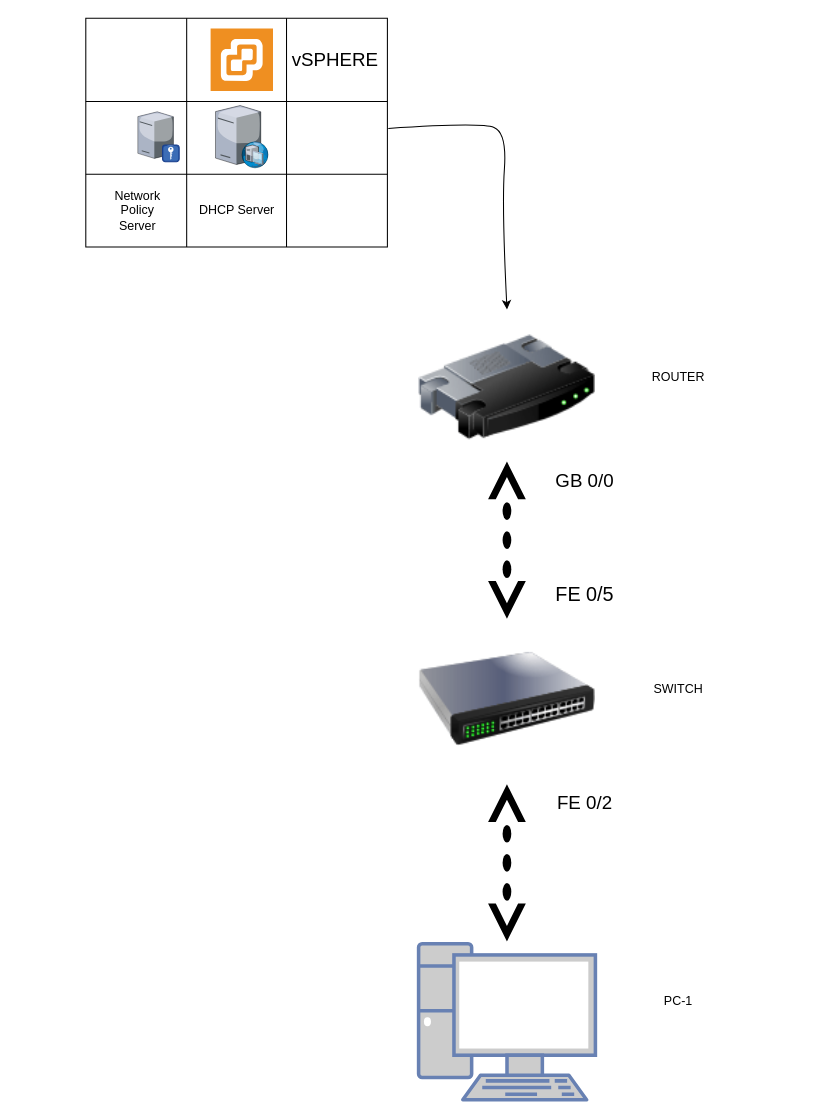
Earlier version of the draw.io diagram Documenting Enterprise Network.drawio (ethanconbolt01/main). Source tidied: cells renumbered, new cells numbered last; positions are measured from the earlier drawing's top-left corner, leaving out a move shared by most shapes. Both pictures are drawn from the tidied source at 104%, with x=0, y=0 at pixel (85, 18).
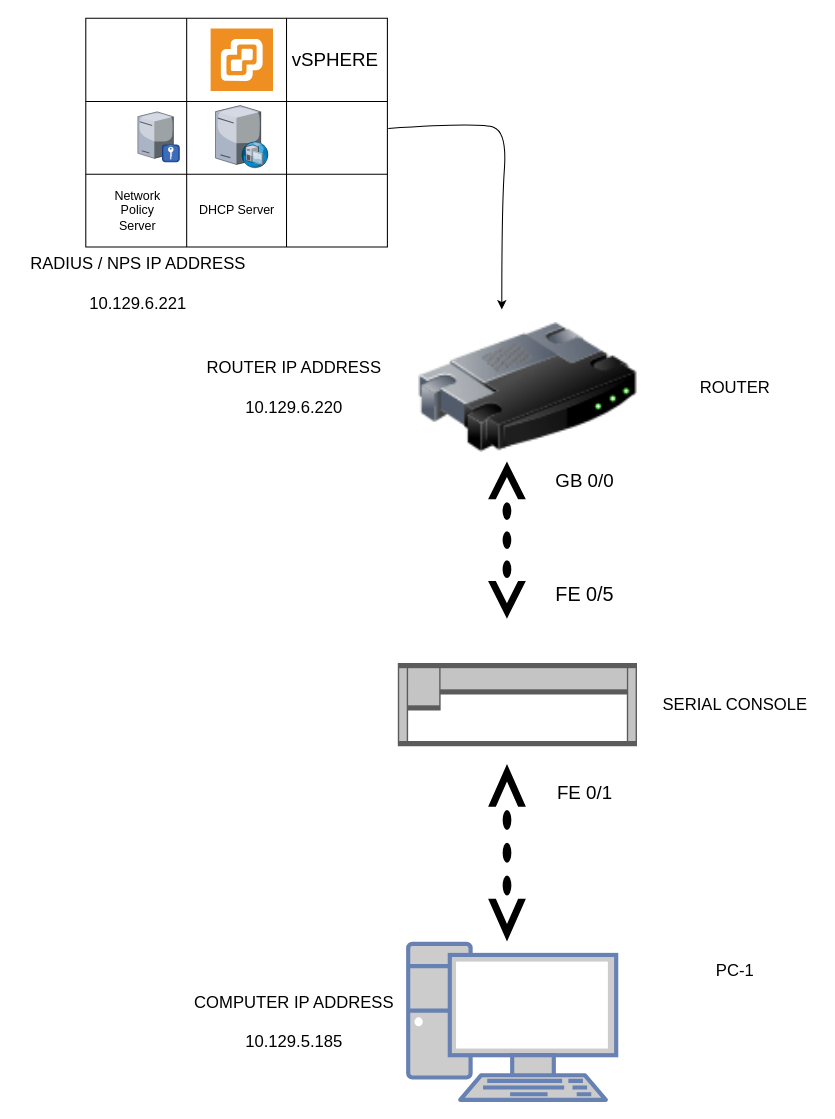
The same diagram, later.

The change refers to these unchanged cells:
```xml
<mxCell id="17" style="shape=tableRow;horizontal=0;startSize=0;swimlaneHead=0;swimlaneBody=0;strokeColor=inherit;top=0;left=0;bottom=0;right=0;fillColor=none;points=[[0,0.5],[1,0.5]];portConstraint=eastwest;fontSize=16;" parent="12" vertex="1">
  <mxGeometry y="80" width="290" height="70" as="geometry" />
</mxCell>
```

What changed in the source:
```diff
@@
     <mxCell id="2" style="image;html=1;image=img/lib/clip_art/networking/Router_128x128.png;" parent="1" vertex="1">
-      <mxGeometry x="320" y="280" width="170" height="150" as="geometry" />
+      <mxGeometry x="320" y="280" width="210" height="150" as="geometry" />
     </mxCell>
     <mxCell id="3" style="shape=mxgraph.signs.tech.ethernet;html=1;fillColor=#000000;strokeColor=none;verticalLabelPosition=bottom;verticalAlign=top;align=center;rotation=90;" parent="1" vertex="1">
-      <mxGeometry x="329.4" y="794" width="151.1" height="36.3" as="geometry" />
+      <mxGeometry x="319.7" y="784.3" width="170.6" height="36.3" as="geometry" />
     </mxCell>
-    <mxCell id="4" style="image;html=1;image=img/lib/clip_art/networking/Switch_128x128.png;" parent="1" vertex="1">
-      <mxGeometry x="320" y="580" width="170" height="150" as="geometry" />
-    </mxCell>
     <mxCell id="5" style="fontColor=#0066CC;verticalAlign=top;verticalLabelPosition=bottom;labelPosition=center;align=center;html=1;fillColor=#CCCCCC;strokeColor=#6881B3;gradientColor=none;gradientDirection=north;strokeWidth=2;shape=mxgraph.networks.pc;" parent="1" vertex="1">
-      <mxGeometry x="320" y="890" width="170" height="150" as="geometry" />
+      <mxGeometry x="310" y="890" width="200" height="150" as="geometry" />
     </mxCell>
@@
-    <mxCell id="7" value="&lt;font style=&quot;font-size: 18px;&quot;&gt;FE 0/2&lt;br&gt;&lt;/font&gt;" style="text;html=1;align=center;verticalAlign=middle;whiteSpace=wrap;rounded=0;" parent="1" vertex="1">
-      <mxGeometry x="450" y="740" width="60" height="30" as="geometry" />
+    <mxCell id="7" value="&lt;font style=&quot;font-size: 18px;&quot;&gt;FE 0/1&lt;/font&gt;" style="text;html=1;align=center;verticalAlign=middle;whiteSpace=wrap;rounded=0;" parent="1" vertex="1">
+      <mxGeometry x="450" y="730" width="60" height="30" as="geometry" />
     </mxCell>
@@
-    <mxCell id="26" style="curved=1;endArrow=classic;html=1;rounded=0;entryX=0.5;entryY=0;entryDx=0;entryDy=0;exitX=1.003;exitY=0.371;exitDx=0;exitDy=0;exitPerimeter=0;" parent="1" edge="1" source="17" target="2">
+    <mxCell id="26" style="curved=1;endArrow=classic;html=1;rounded=0;exitX=1.003;exitY=0.371;exitDx=0;exitDy=0;exitPerimeter=0;" parent="1" edge="1" source="17">
       <mxGeometry relative="1" as="geometry">
+        <mxPoint x="400" y="280" as="targetPoint" />
         <Array as="points">
           <mxPoint x="380" y="100" />
           <mxPoint x="405" y="110" />
           <mxPoint x="400" y="180" />
         </Array>
       </mxGeometry>
     </mxCell>
@@
+    <mxCell id="33" value="COMPUTER IP ADDRESS&lt;br&gt;&lt;br&gt;&lt;div&gt;10.129.5.185&lt;/div&gt;" style="text;html=1;align=center;verticalAlign=middle;strokeColor=none;fillColor=none;fontSize=16;" parent="1" vertex="1">
+      <mxGeometry x="90" y="930" width="220" height="70" as="geometry" />
+    </mxCell>
+    <mxCell id="34" value="ROUTER IP ADDRESS&lt;br&gt;&lt;br&gt;10.129.6.220" style="text;html=1;align=center;verticalAlign=middle;strokeColor=none;fillColor=none;fontSize=16;" parent="1" vertex="1">
+      <mxGeometry x="105" y="320" width="190" height="70" as="geometry" />
+    </mxCell>
+    <mxCell id="35" value="&lt;div&gt;&lt;span style=&quot;background-color: initial;&quot;&gt;RADIUS / NPS IP ADDRESS&lt;/span&gt;&lt;br&gt;&lt;/div&gt;&lt;br&gt;10.129.6.221" style="text;html=1;align=center;verticalAlign=middle;strokeColor=none;fillColor=none;fontSize=16;" parent="1" vertex="1">
+      <mxGeometry x="-65" y="220" width="230" height="70" as="geometry" />
+    </mxCell>
+    <mxCell id="36" style="shape=mxgraph.rack.cisco.cisco_1905_serial_integrated_services_router;html=1;labelPosition=right;align=left;spacingLeft=15;dashed=0;shadow=0;fillColor=#ffffff;" parent="1" vertex="1">
+      <mxGeometry x="300" y="620" width="230" height="80" as="geometry" />
+    </mxCell>
+    <mxCell id="37" value="SERIAL CONSOLE" style="text;html=1;align=center;verticalAlign=middle;strokeColor=none;fillColor=none;fontSize=16;" parent="1" vertex="1">
+      <mxGeometry x="544" y="645" width="160" height="30" as="geometry" />
+    </mxCell>
+    <mxCell id="32" value="PC-1" style="text;html=1;align=center;verticalAlign=middle;strokeColor=none;fillColor=none;fontSize=16;" parent="1" vertex="1">
+      <mxGeometry x="594" y="900" width="60" height="30" as="geometry" />
+    </mxCell>
-    <mxCell id="30" value="ROUTER" style="text;html=1;align=center;verticalAlign=middle;whiteSpace=wrap;rounded=0;" parent="1" vertex="1">
-      <mxGeometry x="540" y="330" width="60" height="30" as="geometry" />
+    <mxCell id="30" value="ROUTER" style="text;html=1;align=center;verticalAlign=middle;strokeColor=none;fillColor=none;fontSize=16;" parent="1" vertex="1">
+      <mxGeometry x="579" y="340" width="90" height="30" as="geometry" />
     </mxCell>
-    <mxCell id="31" value="SWITCH" style="text;html=1;align=center;verticalAlign=middle;whiteSpace=wrap;rounded=0;" parent="1" vertex="1">
-      <mxGeometry x="540" y="630" width="60" height="30" as="geometry" />
-    </mxCell>
-    <mxCell id="32" value="&lt;div&gt;PC-1&lt;/div&gt;" style="text;html=1;align=center;verticalAlign=middle;whiteSpace=wrap;rounded=0;" parent="1" vertex="1">
-      <mxGeometry x="540" y="930" width="60" height="30" as="geometry" />
-    </mxCell>
```
